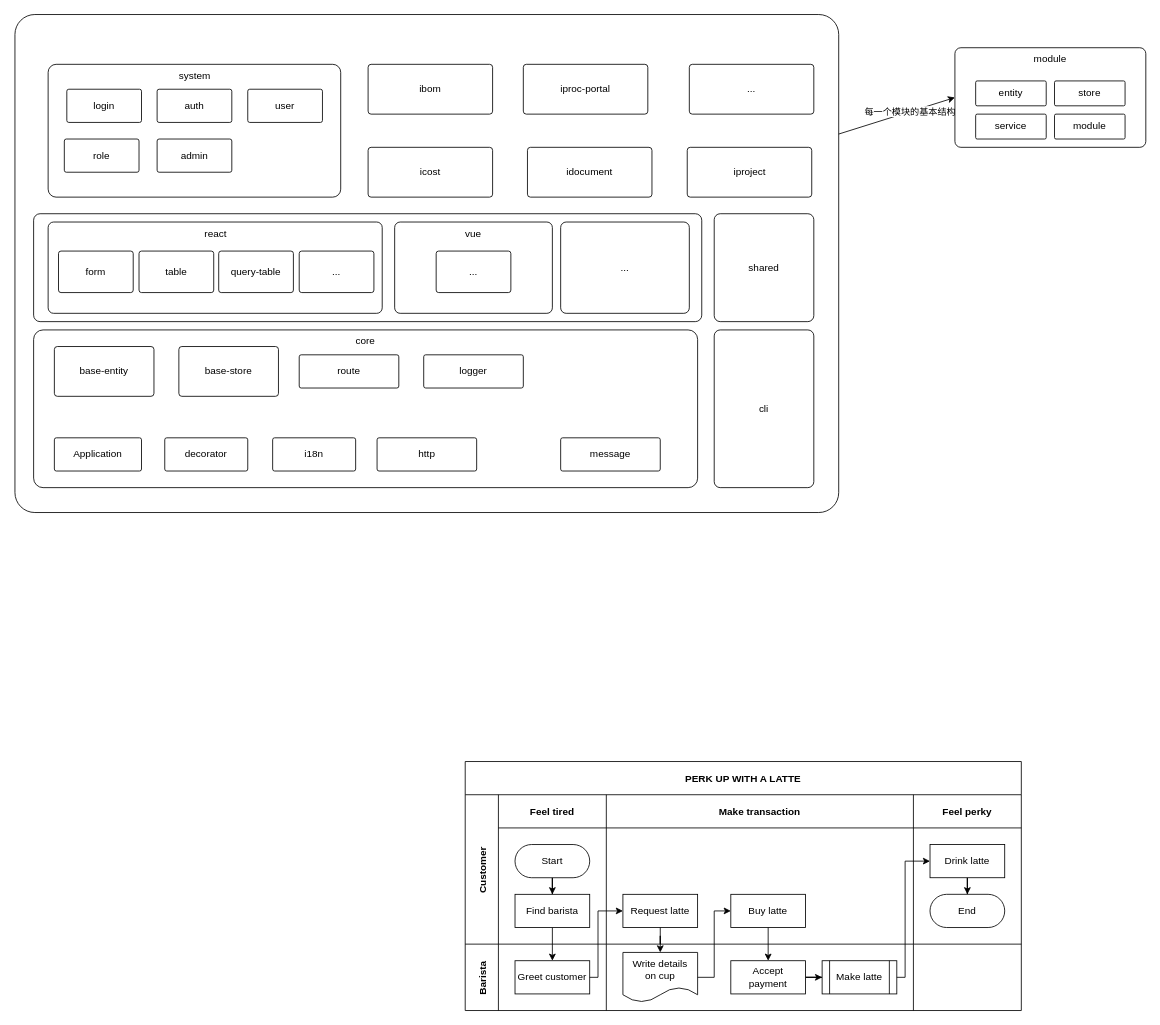
The draw.io diagram 未命名绘图.drawio in superchenwb/notes, before the edit. Source tidied: cells renumbered, new cells numbered last; positions are measured from the earlier drawing's top-left corner, leaving out a move shared by most shapes. Both pictures are drawn from the tidied source at 83%, with x=0, y=0 at pixel (15, 14).
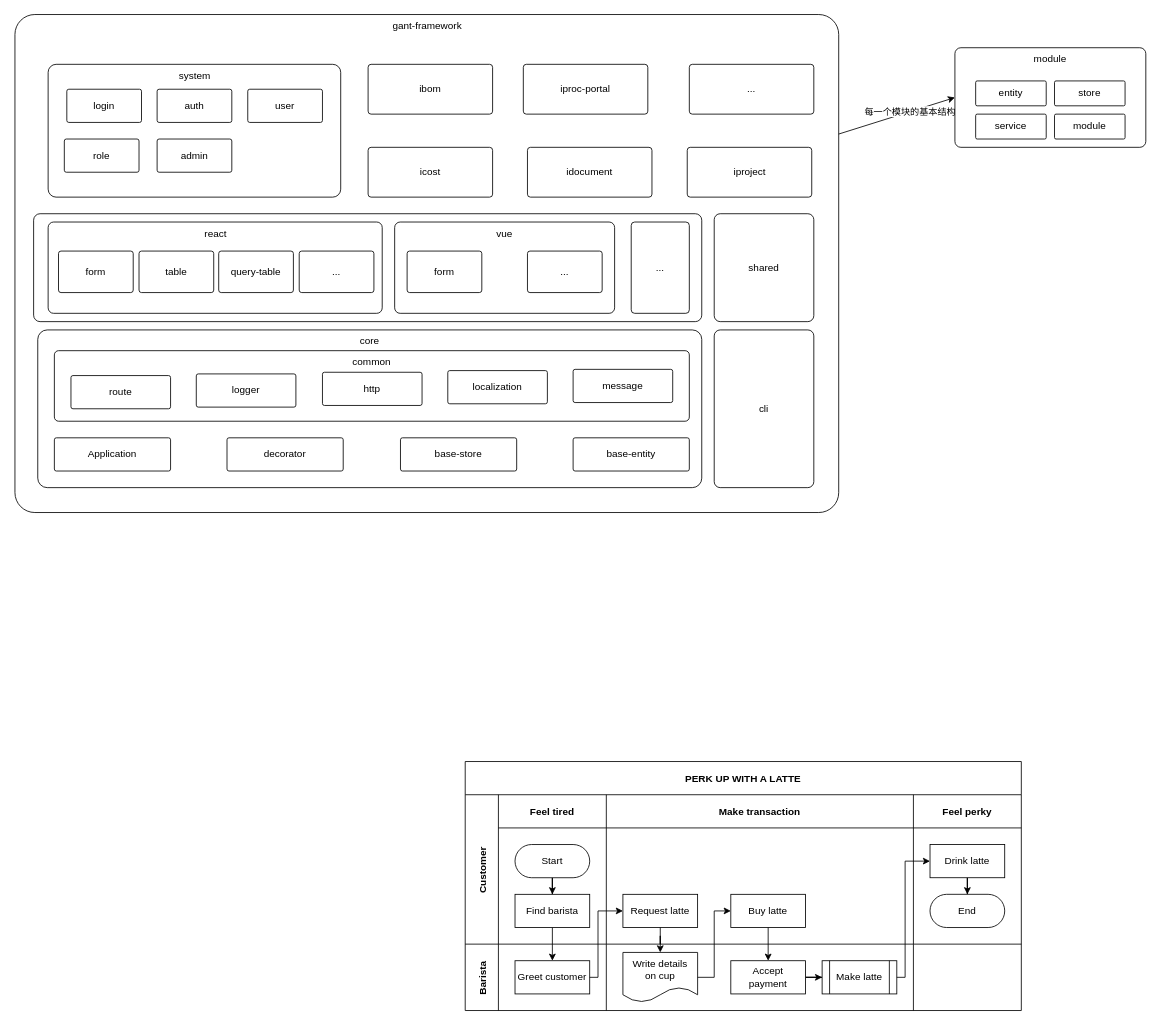
The same diagram, later.

Commit message:
更新未命名绘图.drawio

Diff of the diagram source:
```diff
@@
-    <mxCell id="30" style="rounded=1;whiteSpace=wrap;html=1;glass=0;shadow=0;arcSize=4;" parent="1" vertex="1">
+    <mxCell id="30" value="gant-framework" style="rounded=1;whiteSpace=wrap;html=1;glass=0;shadow=0;arcSize=4;verticalAlign=top;" parent="1" vertex="1">
       <mxGeometry x="-0.5" width="992.5" height="600" as="geometry" />
     </mxCell>
@@
     <mxCell id="32" value="core" style="rounded=1;whiteSpace=wrap;html=1;labelPosition=center;verticalLabelPosition=middle;align=center;verticalAlign=top;arcSize=6;" parent="1" vertex="1">
-      <mxGeometry x="22" y="380" width="800" height="190" as="geometry" />
+      <mxGeometry x="27" y="380" width="800" height="190" as="geometry" />
     </mxCell>
@@
     <mxCell id="34" value="vue" style="rounded=1;whiteSpace=wrap;html=1;verticalAlign=top;arcSize=6;" parent="1" vertex="1">
-      <mxGeometry x="457" y="250" width="190" height="110" as="geometry" />
+      <mxGeometry x="457" y="250" width="265" height="110" as="geometry" />
     </mxCell>
@@
     <mxCell id="37" value="base-entity" style="rounded=1;whiteSpace=wrap;html=1;arcSize=6;" parent="1" vertex="1">
-      <mxGeometry x="47" y="400" width="120" height="60" as="geometry" />
+      <mxGeometry x="672" y="510" width="140" height="40" as="geometry" />
     </mxCell>
     <mxCell id="38" value="Application" style="rounded=1;whiteSpace=wrap;html=1;arcSize=6;" parent="1" vertex="1">
-      <mxGeometry x="47" y="510" width="105" height="40" as="geometry" />
+      <mxGeometry x="47" y="510" width="140" height="40" as="geometry" />
     </mxCell>
-    <mxCell id="39" value="route" style="rounded=1;whiteSpace=wrap;html=1;arcSize=6;" parent="1" vertex="1">
-      <mxGeometry x="342" y="410" width="120" height="40" as="geometry" />
-    </mxCell>
-    <mxCell id="40" value="message" style="rounded=1;whiteSpace=wrap;html=1;arcSize=6;" parent="1" vertex="1">
-      <mxGeometry x="657" y="510" width="120" height="40" as="geometry" />
-    </mxCell>
-    <mxCell id="41" value="http" style="rounded=1;whiteSpace=wrap;html=1;arcSize=6;" parent="1" vertex="1">
-      <mxGeometry x="435.8" y="510" width="120" height="40" as="geometry" />
-    </mxCell>
-    <mxCell id="42" value="i18n" style="rounded=1;whiteSpace=wrap;html=1;arcSize=6;" parent="1" vertex="1">
-      <mxGeometry x="310" y="510" width="100" height="40" as="geometry" />
-    </mxCell>
     <mxCell id="43" value="decorator" style="rounded=1;whiteSpace=wrap;html=1;arcSize=6;" parent="1" vertex="1">
-      <mxGeometry x="180" y="510" width="100" height="40" as="geometry" />
+      <mxGeometry x="255" y="510" width="140" height="40" as="geometry" />
     </mxCell>
-    <mxCell id="44" value="logger" style="rounded=1;whiteSpace=wrap;html=1;arcSize=6;" parent="1" vertex="1">
-      <mxGeometry x="492" y="410" width="120" height="40" as="geometry" />
-    </mxCell>
     <mxCell id="45" value="base-store" style="rounded=1;whiteSpace=wrap;html=1;arcSize=6;" parent="1" vertex="1">
-      <mxGeometry x="197" y="400" width="120" height="60" as="geometry" />
+      <mxGeometry x="464" y="510" width="140" height="40" as="geometry" />
     </mxCell>
@@
     <mxCell id="56" value="..." style="rounded=1;whiteSpace=wrap;html=1;verticalAlign=middle;arcSize=6;" parent="1" vertex="1">
-      <mxGeometry x="657" y="250" width="155" height="110" as="geometry" />
+      <mxGeometry x="742" y="250" width="70" height="110" as="geometry" />
     </mxCell>
@@
     <mxCell id="58" value="..." style="rounded=1;whiteSpace=wrap;html=1;arcSize=6;" parent="1" vertex="1">
-      <mxGeometry x="507" y="285" width="90" height="50" as="geometry" />
+      <mxGeometry x="617" y="285" width="90" height="50" as="geometry" />
     </mxCell>
@@
+    <mxCell id="71" value="common" style="rounded=1;whiteSpace=wrap;html=1;arcSize=6;verticalAlign=top;" parent="1" vertex="1">
+      <mxGeometry x="47" y="405" width="765" height="85" as="geometry" />
+    </mxCell>
+    <mxCell id="39" value="route" style="rounded=1;whiteSpace=wrap;html=1;arcSize=6;" parent="1" vertex="1">
+      <mxGeometry x="67" y="435" width="120" height="40" as="geometry" />
+    </mxCell>
+    <mxCell id="41" value="http" style="rounded=1;whiteSpace=wrap;html=1;arcSize=6;" parent="1" vertex="1">
+      <mxGeometry x="370" y="431" width="120" height="40" as="geometry" />
+    </mxCell>
+    <mxCell id="42" value="localization" style="rounded=1;whiteSpace=wrap;html=1;arcSize=6;" parent="1" vertex="1">
+      <mxGeometry x="521" y="429" width="120" height="40" as="geometry" />
+    </mxCell>
+    <mxCell id="44" value="logger" style="rounded=1;whiteSpace=wrap;html=1;arcSize=6;" parent="1" vertex="1">
+      <mxGeometry x="218" y="433" width="120" height="40" as="geometry" />
+    </mxCell>
+    <mxCell id="40" value="message" style="rounded=1;whiteSpace=wrap;html=1;arcSize=6;" parent="1" vertex="1">
+      <mxGeometry x="672" y="427.5" width="120" height="40" as="geometry" />
+    </mxCell>
+    <mxCell id="72" value="form" style="rounded=1;whiteSpace=wrap;html=1;arcSize=6;" parent="1" vertex="1">
+      <mxGeometry x="472" y="285" width="90" height="50" as="geometry" />
+    </mxCell>
```
